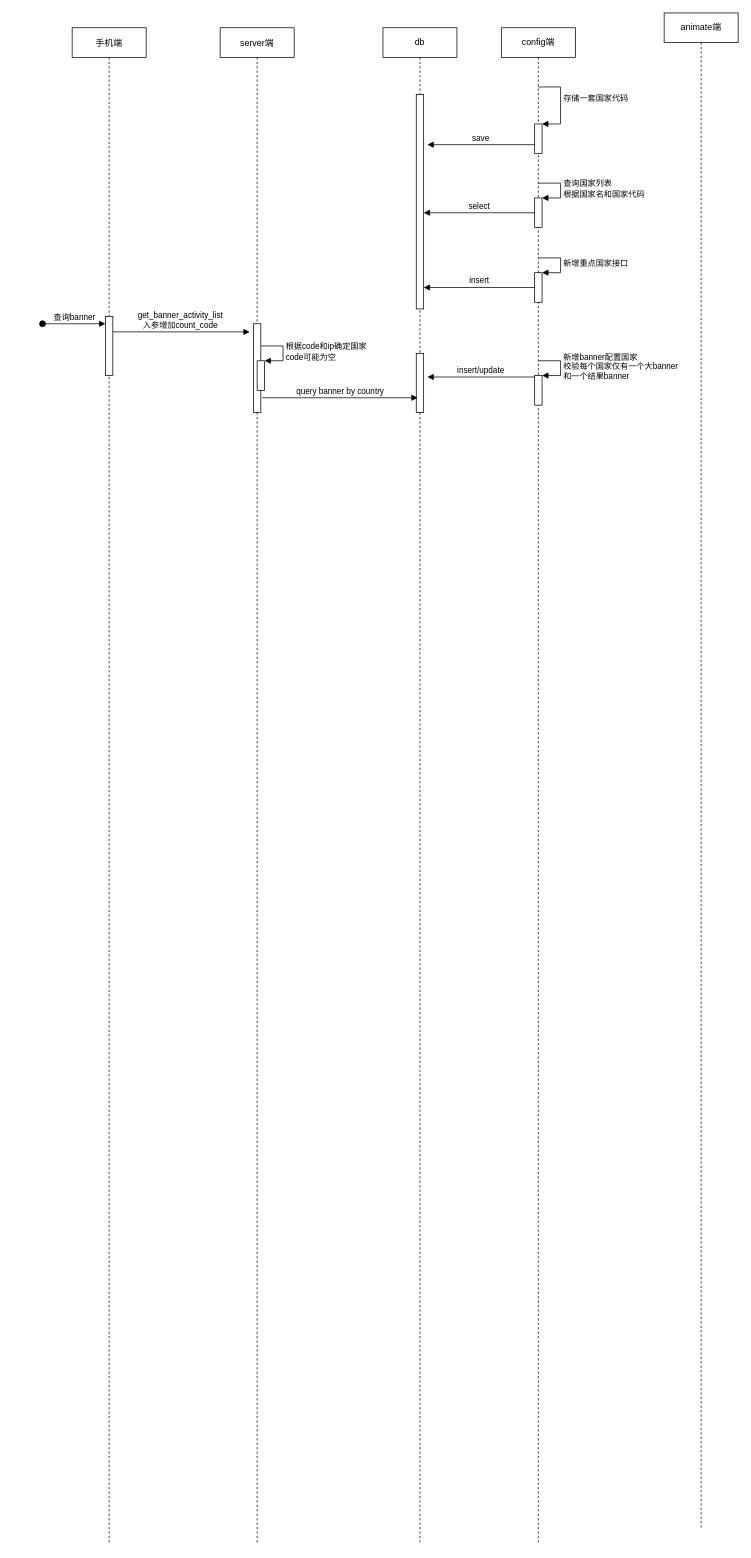
Before: 新玩法layer顺序图.drawio in milletzhu/datasource, a draw.io diagram. Source tidied: cells renumbered, new cells numbered last; positions are measured from the earlier drawing's top-left corner, leaving out a move shared by most shapes. Both pictures are drawn from the tidied source at 74%, with x=0, y=0 at pixel (42, 13).
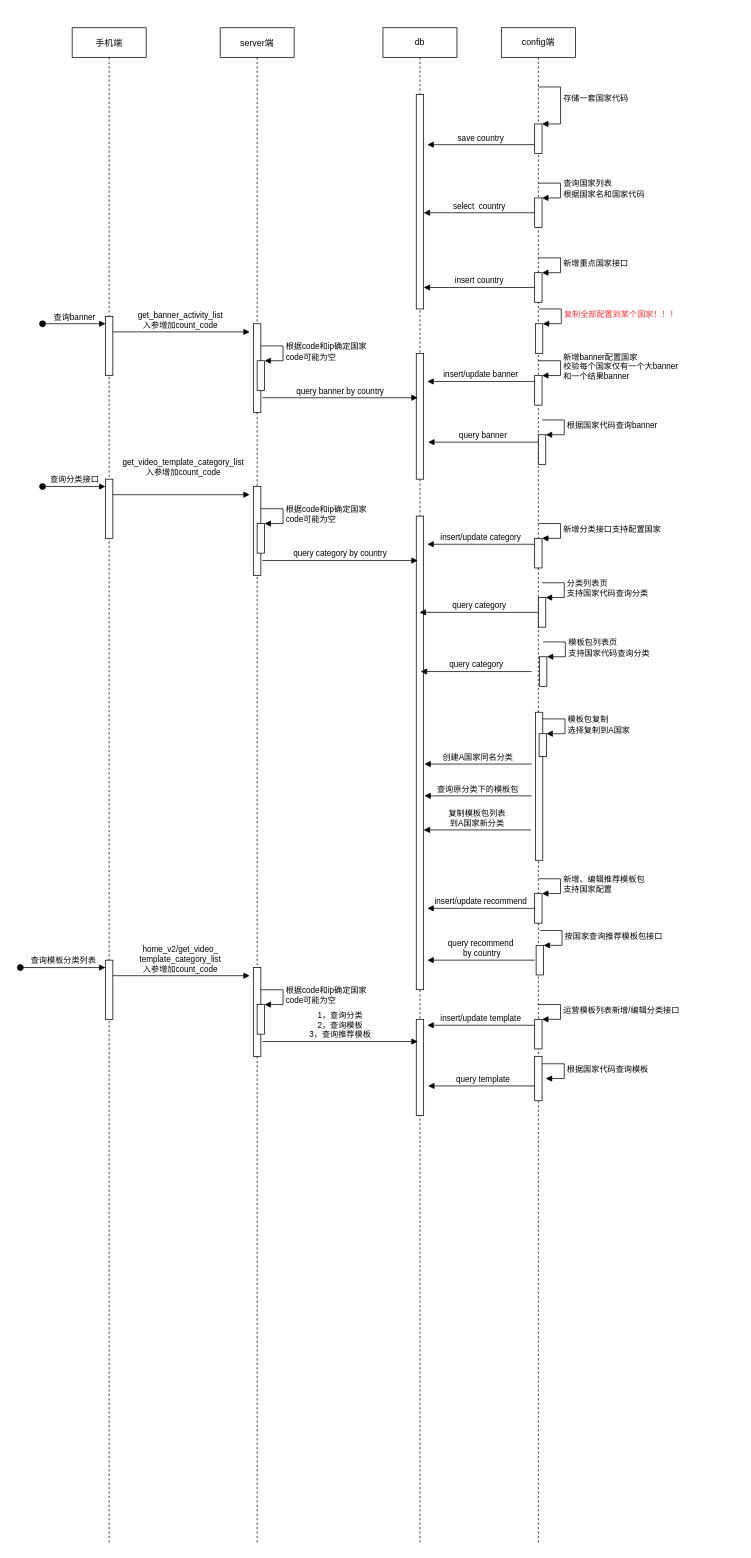
The same diagram, later.

Commit message:
更新新玩法layer顺序图.drawio

Unchanged cells that the change refers to:
```xml
<mxCell id="10" value="db" style="shape=umlLifeline;perimeter=lifelinePerimeter;whiteSpace=wrap;html=1;outlineConnect=0;" parent="1" vertex="1">
  <mxGeometry x="460" y="20" width="100" height="2050" as="geometry" />
</mxCell>
<mxCell id="11" style="html=1;points=[];perimeter=orthogonalPerimeter;" parent="10" vertex="1">
  <mxGeometry x="45" y="90" width="10" height="290" as="geometry" />
</mxCell>
<mxCell id="13" value="config端" style="shape=umlLifeline;perimeter=lifelinePerimeter;whiteSpace=wrap;html=1;" parent="1" vertex="1">
  <mxGeometry x="620" y="20" width="100" height="2050" as="geometry" />
</mxCell>
<mxCell id="14" style="html=1;points=[];perimeter=orthogonalPerimeter;" parent="13" vertex="1">
  <mxGeometry x="45" y="130" width="10" height="40" as="geometry" />
</mxCell>
<mxCell id="16" style="html=1;points=[];perimeter=orthogonalPerimeter;" parent="13" vertex="1">
  <mxGeometry x="45" y="331" width="10" height="40" as="geometry" />
</mxCell>
<mxCell id="18" style="html=1;points=[];perimeter=orthogonalPerimeter;" parent="13" vertex="1">
  <mxGeometry x="45" y="230" width="10" height="40" as="geometry" />
</mxCell>
<mxCell id="20" style="html=1;points=[];perimeter=orthogonalPerimeter;" parent="13" vertex="1">
  <mxGeometry x="45" y="470" width="10" height="40" as="geometry" />
</mxCell>
```

Change to the diagram source:
```diff
@@
-    <mxCell id="9" value="animate端" style="shape=umlLifeline;perimeter=lifelinePerimeter;whiteSpace=wrap;html=1;" parent="1" vertex="1">
-      <mxGeometry x="840" width="100" height="2050" as="geometry" />
-    </mxCell>
@@
     <mxCell id="12" style="html=1;points=[];perimeter=orthogonalPerimeter;" parent="10" vertex="1">
-      <mxGeometry x="45" y="440" width="10" height="80" as="geometry" />
+      <mxGeometry x="45" y="440" width="10" height="170" as="geometry" />
     </mxCell>
+    <mxCell id="28" style="html=1;perimeter=orthogonalPerimeter;" parent="10" vertex="1">
+      <mxGeometry x="45" y="1340" width="10" height="130" as="geometry" />
+    </mxCell>
@@
+    <mxCell id="29" style="html=1;points=[];perimeter=orthogonalPerimeter;" parent="13" vertex="1">
+      <mxGeometry x="50" y="550" width="10" height="40" as="geometry" />
+    </mxCell>
+    <mxCell id="30" value="根据国家代码查询banner" style="edgeStyle=orthogonalEdgeStyle;html=1;align=left;spacingLeft=2;endArrow=block;rounded=0;entryX=1;entryY=0;" parent="13" edge="1" target="29">
+      <mxGeometry relative="1" as="geometry">
+        <mxPoint x="55" y="530" as="sourcePoint" />
+        <Array as="points">
+          <mxPoint x="85" y="530" />
+        </Array>
+      </mxGeometry>
+    </mxCell>
+    <mxCell id="31" style="html=1;points=[];perimeter=orthogonalPerimeter;" parent="13" vertex="1">
+      <mxGeometry x="-535" y="610" width="10" height="80" as="geometry" />
+    </mxCell>
+    <mxCell id="32" value="查询分类接口" style="html=1;verticalAlign=bottom;startArrow=oval;endArrow=block;startSize=8;rounded=0;" parent="13" edge="1" target="31">
+      <mxGeometry relative="1" as="geometry">
+        <mxPoint x="-620" y="620" as="sourcePoint" />
+      </mxGeometry>
+    </mxCell>
+    <mxCell id="33" style="html=1;perimeter=orthogonalPerimeter;" parent="13" vertex="1">
+      <mxGeometry x="-335" y="620" width="10" height="120" as="geometry" />
+    </mxCell>
+    <mxCell id="34" style="html=1;points=[];perimeter=orthogonalPerimeter;" parent="13" vertex="1">
+      <mxGeometry x="-330" y="670" width="10" height="40" as="geometry" />
+    </mxCell>
+    <mxCell id="35" value="根据code和ip确定国家&lt;br&gt;code可能为空" style="edgeStyle=orthogonalEdgeStyle;html=1;align=left;spacingLeft=2;endArrow=block;rounded=0;entryX=1;entryY=0;" parent="13" edge="1" target="34">
+      <mxGeometry relative="1" as="geometry">
+        <mxPoint x="-325" y="650" as="sourcePoint" />
+        <Array as="points">
+          <mxPoint x="-295" y="650" />
+        </Array>
+      </mxGeometry>
+    </mxCell>
+    <mxCell id="36" style="html=1;perimeter=orthogonalPerimeter;" parent="13" vertex="1">
+      <mxGeometry x="-115" y="660" width="10" height="640" as="geometry" />
+    </mxCell>
+    <mxCell id="37" style="html=1;points=[];perimeter=orthogonalPerimeter;" parent="13" vertex="1">
+      <mxGeometry x="45" y="690" width="10" height="40" as="geometry" />
+    </mxCell>
+    <mxCell id="38" value="新增分类接口支持配置国家" style="edgeStyle=orthogonalEdgeStyle;html=1;align=left;spacingLeft=2;endArrow=block;rounded=0;entryX=1;entryY=0;" parent="13" edge="1" target="37">
+      <mxGeometry relative="1" as="geometry">
+        <mxPoint x="50" y="670" as="sourcePoint" />
+        <Array as="points">
+          <mxPoint x="80" y="670" />
+        </Array>
+      </mxGeometry>
+    </mxCell>
+    <mxCell id="39" style="html=1;points=[];perimeter=orthogonalPerimeter;" parent="13" vertex="1">
+      <mxGeometry x="50" y="770" width="10" height="40" as="geometry" />
+    </mxCell>
+    <mxCell id="40" value="分类列表页&lt;br&gt;支持国家代码查询分类" style="edgeStyle=orthogonalEdgeStyle;html=1;align=left;spacingLeft=2;endArrow=block;rounded=0;entryX=1;entryY=0;" parent="13" edge="1" target="39">
+      <mxGeometry relative="1" as="geometry">
+        <mxPoint x="55" y="750" as="sourcePoint" />
+        <Array as="points">
+          <mxPoint x="85" y="750" />
+        </Array>
+      </mxGeometry>
+    </mxCell>
+    <mxCell id="41" value="insert/update category" style="html=1;verticalAlign=bottom;endArrow=block;rounded=0;entryX=1.5;entryY=0.4;entryDx=0;entryDy=0;entryPerimeter=0;" parent="13" edge="1">
+      <mxGeometry relative="1" as="geometry">
+        <mxPoint x="45" y="698" as="sourcePoint" />
+        <mxPoint x="-100" y="698" as="targetPoint" />
+      </mxGeometry>
+    </mxCell>
+    <mxCell id="42" value="query category&amp;nbsp;by country" style="html=1;verticalAlign=bottom;endArrow=block;rounded=0;" parent="13" edge="1">
+      <mxGeometry relative="1" as="geometry">
+        <mxPoint x="-323" y="720" as="sourcePoint" />
+        <mxPoint x="-113" y="720" as="targetPoint" />
+      </mxGeometry>
+    </mxCell>
+    <mxCell id="43" value="&lt;span style=&quot;color: rgb(0, 0, 0); font-family: Helvetica; font-size: 11px; font-style: normal; font-variant-ligatures: normal; font-variant-caps: normal; font-weight: 400; letter-spacing: normal; orphans: 2; text-align: center; text-indent: 0px; text-transform: none; widows: 2; word-spacing: 0px; -webkit-text-stroke-width: 0px; background-color: rgb(255, 255, 255); text-decoration-thickness: initial; text-decoration-style: initial; text-decoration-color: initial; float: none; display: inline !important;&quot;&gt;get_video_template_category_list&lt;/span&gt;&lt;br style=&quot;color: rgb(0, 0, 0); font-family: Helvetica; font-size: 11px; font-style: normal; font-variant-ligatures: normal; font-variant-caps: normal; font-weight: 400; letter-spacing: normal; orphans: 2; text-align: center; text-indent: 0px; text-transform: none; widows: 2; word-spacing: 0px; -webkit-text-stroke-width: 0px; text-decoration-thickness: initial; text-decoration-style: initial; text-decoration-color: initial;&quot;&gt;&lt;span style=&quot;color: rgb(0, 0, 0); font-family: Helvetica; font-size: 11px; font-style: normal; font-variant-ligatures: normal; font-variant-caps: normal; font-weight: 400; letter-spacing: normal; orphans: 2; text-align: center; text-indent: 0px; text-transform: none; widows: 2; word-spacing: 0px; -webkit-text-stroke-width: 0px; background-color: rgb(255, 255, 255); text-decoration-thickness: initial; text-decoration-style: initial; text-decoration-color: initial; float: none; display: inline !important;&quot;&gt;入参增加count_code&lt;/span&gt;" style="html=1;verticalAlign=bottom;endArrow=block;rounded=0;" parent="13" edge="1">
+      <mxGeometry x="0.03" y="21" relative="1" as="geometry">
+        <mxPoint x="-525" y="631" as="sourcePoint" />
+        <mxPoint x="-340" y="631" as="targetPoint" />
+      </mxGeometry>
+    </mxCell>
+    <mxCell id="44" style="html=1;points=[];perimeter=orthogonalPerimeter;" parent="13" vertex="1">
+      <mxGeometry x="46" y="925" width="10" height="200" as="geometry" />
+    </mxCell>
+    <mxCell id="45" style="html=1;points=[];perimeter=orthogonalPerimeter;" parent="13" vertex="1">
+      <mxGeometry x="51" y="954" width="10" height="31" as="geometry" />
+    </mxCell>
+    <mxCell id="46" value="模板包复制&lt;br&gt;选择复制到A国家" style="edgeStyle=orthogonalEdgeStyle;html=1;align=left;spacingLeft=2;endArrow=block;rounded=0;entryX=1;entryY=0;" parent="13" edge="1" source="44" target="45">
+      <mxGeometry relative="1" as="geometry">
+        <Array as="points">
+          <mxPoint x="86" y="934" />
+          <mxPoint x="86" y="954" />
+        </Array>
+      </mxGeometry>
+    </mxCell>
+    <mxCell id="47" value="查询原分类下的模板包" style="html=1;verticalAlign=bottom;endArrow=block;rounded=0;" parent="13" edge="1">
+      <mxGeometry relative="1" as="geometry">
+        <mxPoint x="41" y="1038" as="sourcePoint" />
+        <mxPoint x="-104" y="1038" as="targetPoint" />
+      </mxGeometry>
+    </mxCell>
+    <mxCell id="48" value="创建A国家同名分类" style="html=1;verticalAlign=bottom;endArrow=block;rounded=0;" parent="13" edge="1">
+      <mxGeometry relative="1" as="geometry">
+        <mxPoint x="41" y="995" as="sourcePoint" />
+        <mxPoint x="-104" y="995" as="targetPoint" />
+      </mxGeometry>
+    </mxCell>
+    <mxCell id="49" style="html=1;points=[];perimeter=orthogonalPerimeter;" parent="13" vertex="1">
+      <mxGeometry x="51.5" y="850" width="10" height="40" as="geometry" />
+    </mxCell>
+    <mxCell id="50" value="模板包列表页&lt;br&gt;支持国家代码查询分类" style="edgeStyle=orthogonalEdgeStyle;html=1;align=left;spacingLeft=2;endArrow=block;rounded=0;entryX=1;entryY=0;" parent="13" edge="1" target="49">
+      <mxGeometry relative="1" as="geometry">
+        <mxPoint x="56.5" y="830" as="sourcePoint" />
+        <Array as="points">
+          <mxPoint x="86.5" y="830" />
+        </Array>
+      </mxGeometry>
+    </mxCell>
+    <mxCell id="51" value="query category" style="html=1;verticalAlign=bottom;endArrow=block;rounded=0;" parent="13" edge="1">
+      <mxGeometry relative="1" as="geometry">
+        <mxPoint x="41" y="870" as="sourcePoint" />
+        <mxPoint x="-109" y="870" as="targetPoint" />
+      </mxGeometry>
+    </mxCell>
+    <mxCell id="52" style="html=1;points=[];perimeter=orthogonalPerimeter;" parent="13" vertex="1">
+      <mxGeometry x="45" y="1170" width="10" height="40" as="geometry" />
+    </mxCell>
+    <mxCell id="53" value="新增、编辑推荐模板包&lt;br&gt;支持国家配置" style="edgeStyle=orthogonalEdgeStyle;html=1;align=left;spacingLeft=2;endArrow=block;rounded=0;entryX=1;entryY=0;" parent="13" edge="1" target="52">
+      <mxGeometry relative="1" as="geometry">
+        <mxPoint x="50" y="1150" as="sourcePoint" />
+        <Array as="points">
+          <mxPoint x="80" y="1150" />
+        </Array>
+      </mxGeometry>
+    </mxCell>
+    <mxCell id="54" style="html=1;points=[];perimeter=orthogonalPerimeter;" parent="13" vertex="1">
+      <mxGeometry x="47" y="1240" width="10" height="40" as="geometry" />
+    </mxCell>
+    <mxCell id="55" value="按国家查询推荐模板包接口" style="edgeStyle=orthogonalEdgeStyle;html=1;align=left;spacingLeft=2;endArrow=block;rounded=0;entryX=1;entryY=0;" parent="13" edge="1" target="54">
+      <mxGeometry relative="1" as="geometry">
+        <mxPoint x="52" y="1220" as="sourcePoint" />
+        <Array as="points">
+          <mxPoint x="82" y="1220" />
+        </Array>
+      </mxGeometry>
+    </mxCell>
+    <mxCell id="56" style="html=1;points=[];perimeter=orthogonalPerimeter;" parent="13" vertex="1">
+      <mxGeometry x="-535" y="1260" width="10" height="80" as="geometry" />
+    </mxCell>
+    <mxCell id="57" value="查询模板分类列表" style="html=1;verticalAlign=bottom;startArrow=oval;endArrow=block;startSize=8;rounded=0;" parent="13" edge="1" target="56">
+      <mxGeometry relative="1" as="geometry">
+        <mxPoint x="-650" y="1270" as="sourcePoint" />
+      </mxGeometry>
+    </mxCell>
+    <mxCell id="58" style="html=1;perimeter=orthogonalPerimeter;" parent="13" vertex="1">
+      <mxGeometry x="-335" y="1270" width="10" height="120" as="geometry" />
+    </mxCell>
+    <mxCell id="59" style="html=1;points=[];perimeter=orthogonalPerimeter;" parent="13" vertex="1">
+      <mxGeometry x="-330" y="1320" width="10" height="40" as="geometry" />
+    </mxCell>
+    <mxCell id="60" value="根据code和ip确定国家&lt;br&gt;code可能为空" style="edgeStyle=orthogonalEdgeStyle;html=1;align=left;spacingLeft=2;endArrow=block;rounded=0;entryX=1;entryY=0;" parent="13" edge="1" target="59">
+      <mxGeometry relative="1" as="geometry">
+        <mxPoint x="-325" y="1300" as="sourcePoint" />
+        <Array as="points">
+          <mxPoint x="-295" y="1300" />
+        </Array>
+      </mxGeometry>
+    </mxCell>
+    <mxCell id="61" style="html=1;points=[];perimeter=orthogonalPerimeter;" parent="13" vertex="1">
+      <mxGeometry x="45" y="1340" width="10" height="40" as="geometry" />
+    </mxCell>
+    <mxCell id="62" value="运营模板列表新增/编辑分类接口" style="edgeStyle=orthogonalEdgeStyle;html=1;align=left;spacingLeft=2;endArrow=block;rounded=0;entryX=1;entryY=0;" parent="13" edge="1" target="61">
+      <mxGeometry relative="1" as="geometry">
+        <mxPoint x="50" y="1320" as="sourcePoint" />
+        <Array as="points">
+          <mxPoint x="80" y="1320" />
+        </Array>
+      </mxGeometry>
+    </mxCell>
+    <mxCell id="63" value="根据国家代码查询模板" style="edgeStyle=orthogonalEdgeStyle;html=1;align=left;spacingLeft=2;endArrow=block;rounded=0;entryX=1;entryY=0;" parent="13" edge="1">
+      <mxGeometry relative="1" as="geometry">
+        <mxPoint x="55" y="1400" as="sourcePoint" />
+        <mxPoint x="60" y="1420" as="targetPoint" />
+        <Array as="points">
+          <mxPoint x="85" y="1400" />
+        </Array>
+      </mxGeometry>
+    </mxCell>
+    <mxCell id="64" value="insert/update template" style="html=1;verticalAlign=bottom;endArrow=block;rounded=0;entryX=1.5;entryY=0.4;entryDx=0;entryDy=0;entryPerimeter=0;" parent="13" edge="1">
+      <mxGeometry relative="1" as="geometry">
+        <mxPoint x="45" y="1348" as="sourcePoint" />
+        <mxPoint x="-100" y="1348" as="targetPoint" />
+      </mxGeometry>
+    </mxCell>
+    <mxCell id="65" value="1，查询分类&lt;br&gt;2，查询模板&lt;br&gt;3，查询推荐模板" style="html=1;verticalAlign=bottom;endArrow=block;rounded=0;" parent="13" edge="1">
+      <mxGeometry relative="1" as="geometry">
+        <mxPoint x="-323" y="1370" as="sourcePoint" />
+        <mxPoint x="-113" y="1370" as="targetPoint" />
+      </mxGeometry>
+    </mxCell>
+    <mxCell id="66" value="&lt;span style=&quot;color: rgb(0, 0, 0); font-family: Helvetica; font-size: 11px; font-style: normal; font-variant-ligatures: normal; font-variant-caps: normal; font-weight: 400; letter-spacing: normal; orphans: 2; text-align: center; text-indent: 0px; text-transform: none; widows: 2; word-spacing: 0px; -webkit-text-stroke-width: 0px; background-color: rgb(255, 255, 255); text-decoration-thickness: initial; text-decoration-style: initial; text-decoration-color: initial; float: none; display: inline !important;&quot;&gt;home_v2/get_video_&lt;br&gt;template_category_list&lt;/span&gt;&lt;br style=&quot;color: rgb(0, 0, 0); font-family: Helvetica; font-size: 11px; font-style: normal; font-variant-ligatures: normal; font-variant-caps: normal; font-weight: 400; letter-spacing: normal; orphans: 2; text-align: center; text-indent: 0px; text-transform: none; widows: 2; word-spacing: 0px; -webkit-text-stroke-width: 0px; text-decoration-thickness: initial; text-decoration-style: initial; text-decoration-color: initial;&quot;&gt;&lt;span style=&quot;color: rgb(0, 0, 0); font-family: Helvetica; font-size: 11px; font-style: normal; font-variant-ligatures: normal; font-variant-caps: normal; font-weight: 400; letter-spacing: normal; orphans: 2; text-align: center; text-indent: 0px; text-transform: none; widows: 2; word-spacing: 0px; -webkit-text-stroke-width: 0px; background-color: rgb(255, 255, 255); text-decoration-thickness: initial; text-decoration-style: initial; text-decoration-color: initial; float: none; display: inline !important;&quot;&gt;入参增加count_code&lt;/span&gt;" style="html=1;verticalAlign=bottom;endArrow=block;rounded=0;" parent="13" edge="1">
+      <mxGeometry x="-0.02" relative="1" as="geometry">
+        <mxPoint x="-525" y="1281" as="sourcePoint" />
+        <mxPoint x="-340" y="1281" as="targetPoint" />
+      </mxGeometry>
+    </mxCell>
+    <mxCell id="67" value="query template" style="html=1;verticalAlign=bottom;endArrow=block;rounded=0;entryX=1.6;entryY=0.706;entryDx=0;entryDy=0;entryPerimeter=0;" parent="13" edge="1">
+      <mxGeometry relative="1" as="geometry">
+        <mxPoint x="50" y="1430" as="sourcePoint" />
+        <mxPoint x="-99" y="1430" as="targetPoint" />
+      </mxGeometry>
+    </mxCell>
+    <mxCell id="68" style="html=1;points=[];perimeter=orthogonalPerimeter;" parent="13" vertex="1">
+      <mxGeometry x="46" y="400" width="10" height="40" as="geometry" />
+    </mxCell>
+    <mxCell id="69" value="&lt;font color=&quot;#ff3333&quot;&gt;复制全部配置到某个国家！！！&lt;br&gt;&lt;/font&gt;" style="edgeStyle=orthogonalEdgeStyle;html=1;align=left;spacingLeft=2;endArrow=block;rounded=0;entryX=1;entryY=0;fillColor=#FF9999;" parent="13" edge="1" target="68">
+      <mxGeometry relative="1" as="geometry">
+        <mxPoint x="51" y="380" as="sourcePoint" />
+        <Array as="points">
+          <mxPoint x="81" y="380" />
+        </Array>
+      </mxGeometry>
+    </mxCell>
+    <mxCell id="70" style="html=1;perimeter=orthogonalPerimeter;fontColor=#FF3333;" parent="13" vertex="1">
+      <mxGeometry x="45" y="1390" width="10" height="60" as="geometry" />
+    </mxCell>
-    <mxCell id="22" value="save" style="html=1;verticalAlign=bottom;endArrow=block;rounded=0;exitX=0;exitY=0.7;exitDx=0;exitDy=0;exitPerimeter=0;" parent="1" edge="1" source="14">
+    <mxCell id="22" value="save country" style="html=1;verticalAlign=bottom;endArrow=block;rounded=0;exitX=0;exitY=0.7;exitDx=0;exitDy=0;exitPerimeter=0;" parent="1" edge="1" source="14">
       <mxGeometry relative="1" as="geometry">
         <mxPoint x="520" y="178" as="targetPoint" />
       </mxGeometry>
     </mxCell>
-    <mxCell id="23" value="select" style="html=1;verticalAlign=bottom;endArrow=block;rounded=0;" parent="1" edge="1" source="18" target="11">
+    <mxCell id="23" value="select&amp;nbsp; country" style="html=1;verticalAlign=bottom;endArrow=block;rounded=0;" parent="1" edge="1" source="18" target="11">
       <mxGeometry relative="1" as="geometry" />
     </mxCell>
-    <mxCell id="24" value="insert" style="html=1;verticalAlign=bottom;endArrow=block;rounded=0;" parent="1" edge="1" source="16" target="11">
+    <mxCell id="24" value="insert country" style="html=1;verticalAlign=bottom;endArrow=block;rounded=0;" parent="1" edge="1" source="16" target="11">
       <mxGeometry relative="1" as="geometry" />
     </mxCell>
-    <mxCell id="25" value="insert/update" style="html=1;verticalAlign=bottom;endArrow=block;rounded=0;entryX=1.5;entryY=0.4;entryDx=0;entryDy=0;entryPerimeter=0;" parent="1" edge="1" source="20" target="12">
-      <mxGeometry relative="1" as="geometry" />
+    <mxCell id="25" value="insert/update banner" style="html=1;verticalAlign=bottom;endArrow=block;rounded=0;entryX=1.5;entryY=0.4;entryDx=0;entryDy=0;entryPerimeter=0;" parent="1" edge="1">
+      <mxGeometry relative="1" as="geometry">
+        <mxPoint x="665" y="498" as="sourcePoint" />
+        <mxPoint x="520" y="498" as="targetPoint" />
+      </mxGeometry>
     </mxCell>
@@
+    <mxCell id="71" value="query banner" style="html=1;verticalAlign=bottom;endArrow=block;rounded=0;entryX=1.6;entryY=0.706;entryDx=0;entryDy=0;entryPerimeter=0;" parent="1" edge="1" source="29" target="12">
+      <mxGeometry relative="1" as="geometry" />
+    </mxCell>
+    <mxCell id="72" value="query category" style="html=1;verticalAlign=bottom;endArrow=block;rounded=0;" parent="1" edge="1" source="39" target="10">
+      <mxGeometry relative="1" as="geometry" />
+    </mxCell>
+    <mxCell id="73" value="复制模板包列表&lt;br&gt;到A国家新分类" style="html=1;verticalAlign=bottom;endArrow=block;rounded=0;" parent="1" edge="1">
+      <mxGeometry relative="1" as="geometry">
+        <mxPoint x="660" y="1104" as="sourcePoint" />
+        <mxPoint x="515" y="1104" as="targetPoint" />
+      </mxGeometry>
+    </mxCell>
+    <mxCell id="74" value="insert/update recommend" style="html=1;verticalAlign=bottom;endArrow=block;rounded=0;" parent="1" edge="1">
+      <mxGeometry relative="1" as="geometry">
+        <mxPoint x="665" y="1210" as="sourcePoint" />
+        <mxPoint x="520" y="1210" as="targetPoint" />
+      </mxGeometry>
+    </mxCell>
+    <mxCell id="75" value="query recommend&lt;br&gt;&amp;nbsp;by country" style="html=1;verticalAlign=bottom;endArrow=block;rounded=0;" parent="1" edge="1">
+      <mxGeometry relative="1" as="geometry">
+        <mxPoint x="665" y="1280" as="sourcePoint" />
+        <mxPoint x="520" y="1280" as="targetPoint" />
+      </mxGeometry>
+    </mxCell>
```
